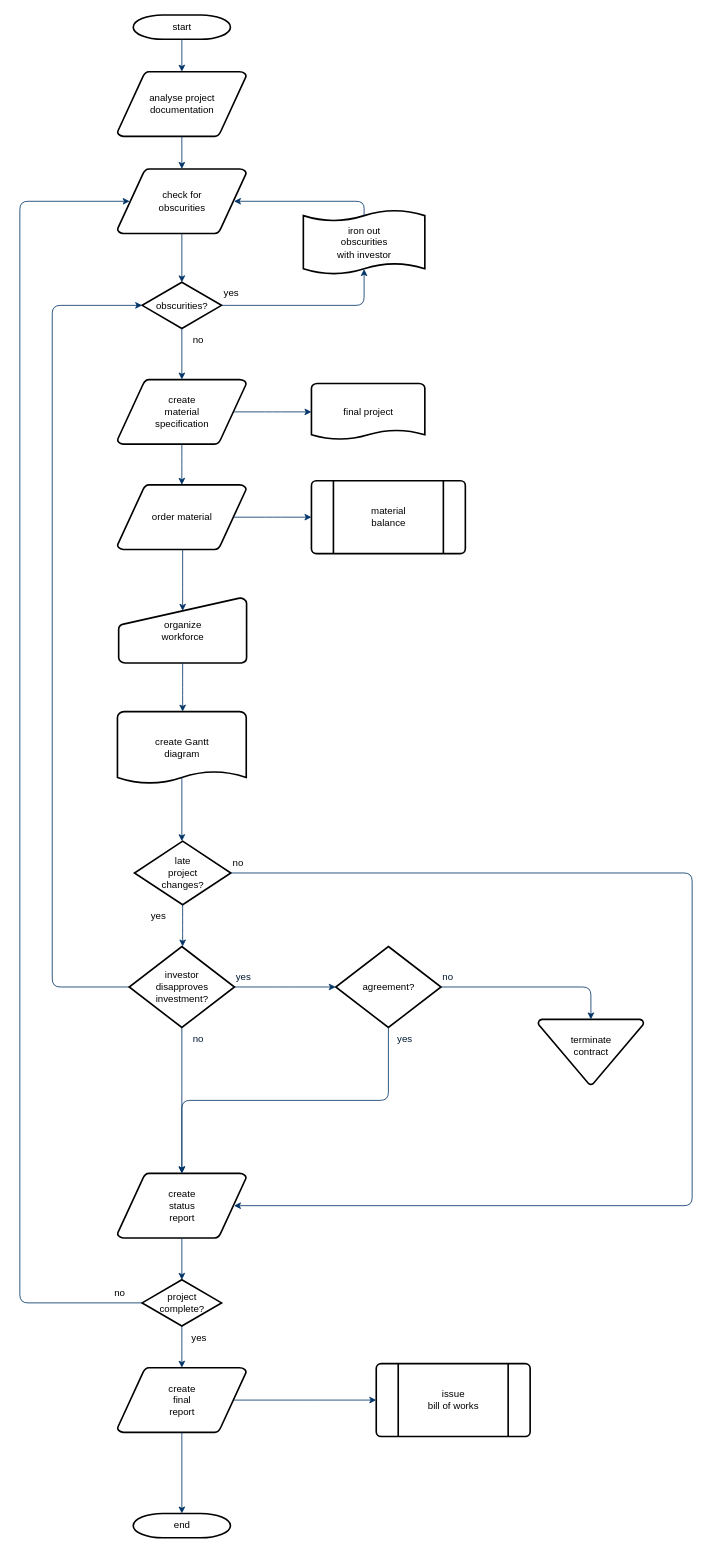
The draw.io diagram page "Page-1" (1 of 2) of taxifare.drawio in jen0707/Project_taxi, before the edit. Source tidied: cells renumbered, new cells numbered last; positions are measured from the earlier drawing's top-left corner, leaving out a move shared by most shapes. Both pictures are drawn from the tidied source at 81%, with x=0, y=0 at pixel (19, 15).
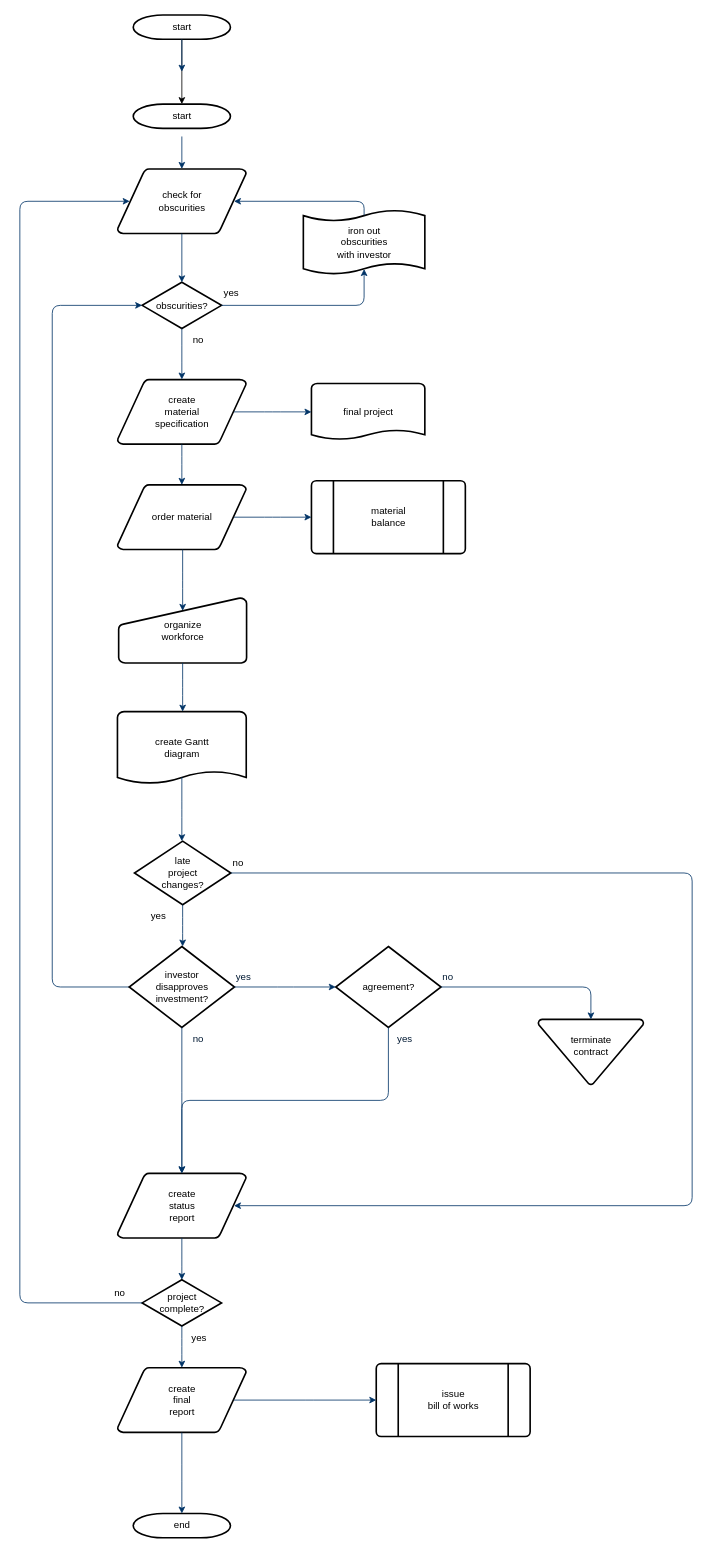
After the change.

Unchanged cells that the change refers to:
```xml
<mxCell id="2" value="start" style="shape=mxgraph.flowchart.terminator;strokeWidth=2;gradientColor=none;gradientDirection=north;fontStyle=0;html=1;" parent="1" vertex="1">
  <mxGeometry x="140" width="120" height="30" as="geometry" />
</mxCell>
<mxCell id="5" value="check for&#10;obscurities" style="shape=mxgraph.flowchart.data;strokeWidth=2;gradientColor=none;gradientDirection=north;fontStyle=0;html=1;" parent="1" vertex="1">
  <mxGeometry x="120.5" y="190" width="159" height="80" as="geometry" />
</mxCell>
```

What changed in the source:
```diff
@@
+    <mxCell id="56" style="edgeStyle=orthogonalEdgeStyle;rounded=0;jettySize=auto;html=1;" parent="1" edge="1" source="2" target="57">
+      <mxGeometry relative="1" as="geometry" />
+    </mxCell>
@@
-    <mxCell id="3" value="analyse project&#10; documentation" style="shape=mxgraph.flowchart.data;strokeWidth=2;gradientColor=none;gradientDirection=north;fontStyle=0;html=1;" parent="1" vertex="1">
-      <mxGeometry x="120.5" y="70" width="159" height="80" as="geometry" />
-    </mxCell>
@@
-    <mxCell id="7" style="fontStyle=1;strokeColor=#003366;strokeWidth=1;html=1;" parent="1" edge="1" source="2" target="3">
-      <mxGeometry relative="1" as="geometry" />
+    <mxCell id="7" style="fontStyle=1;strokeColor=#003366;strokeWidth=1;html=1;" parent="1" edge="1" source="2">
+      <mxGeometry relative="1" as="geometry">
+        <mxPoint x="200" y="70" as="targetPoint" />
+      </mxGeometry>
     </mxCell>
-    <mxCell id="8" style="fontStyle=1;strokeColor=#003366;strokeWidth=1;html=1;" parent="1" edge="1" source="3" target="5">
-      <mxGeometry relative="1" as="geometry" />
+    <mxCell id="8" style="fontStyle=1;strokeColor=#003366;strokeWidth=1;html=1;" parent="1" edge="1" target="5">
+      <mxGeometry relative="1" as="geometry">
+        <mxPoint x="200" y="150" as="sourcePoint" />
+      </mxGeometry>
     </mxCell>
@@
+    <mxCell id="57" value="start" style="shape=mxgraph.flowchart.terminator;strokeWidth=2;gradientColor=none;gradientDirection=north;fontStyle=0;html=1;" parent="1" vertex="1">
+      <mxGeometry x="140" y="110" width="120" height="30" as="geometry" />
+    </mxCell>
```
